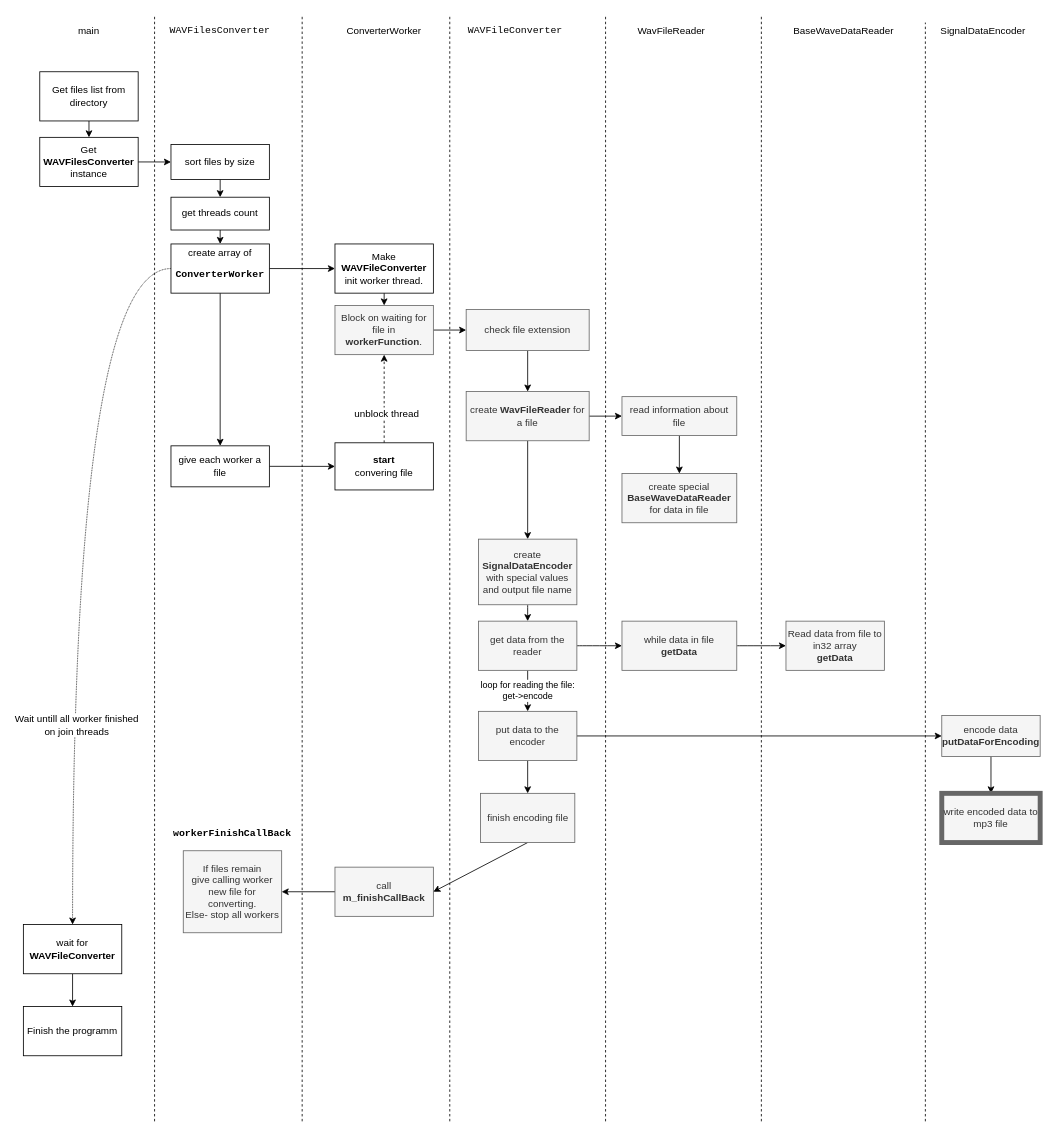
This is images/main_diagram.drawio from beaveronpole/wav2mp3, a draw.io file, before an edit. Source tidied: cells renumbered, new cells numbered last; positions are measured from the earlier drawing's top-left corner, leaving out a move shared by most shapes. Both pictures are drawn from the tidied source at 82%, with x=0, y=0 at pixel (23, 14).
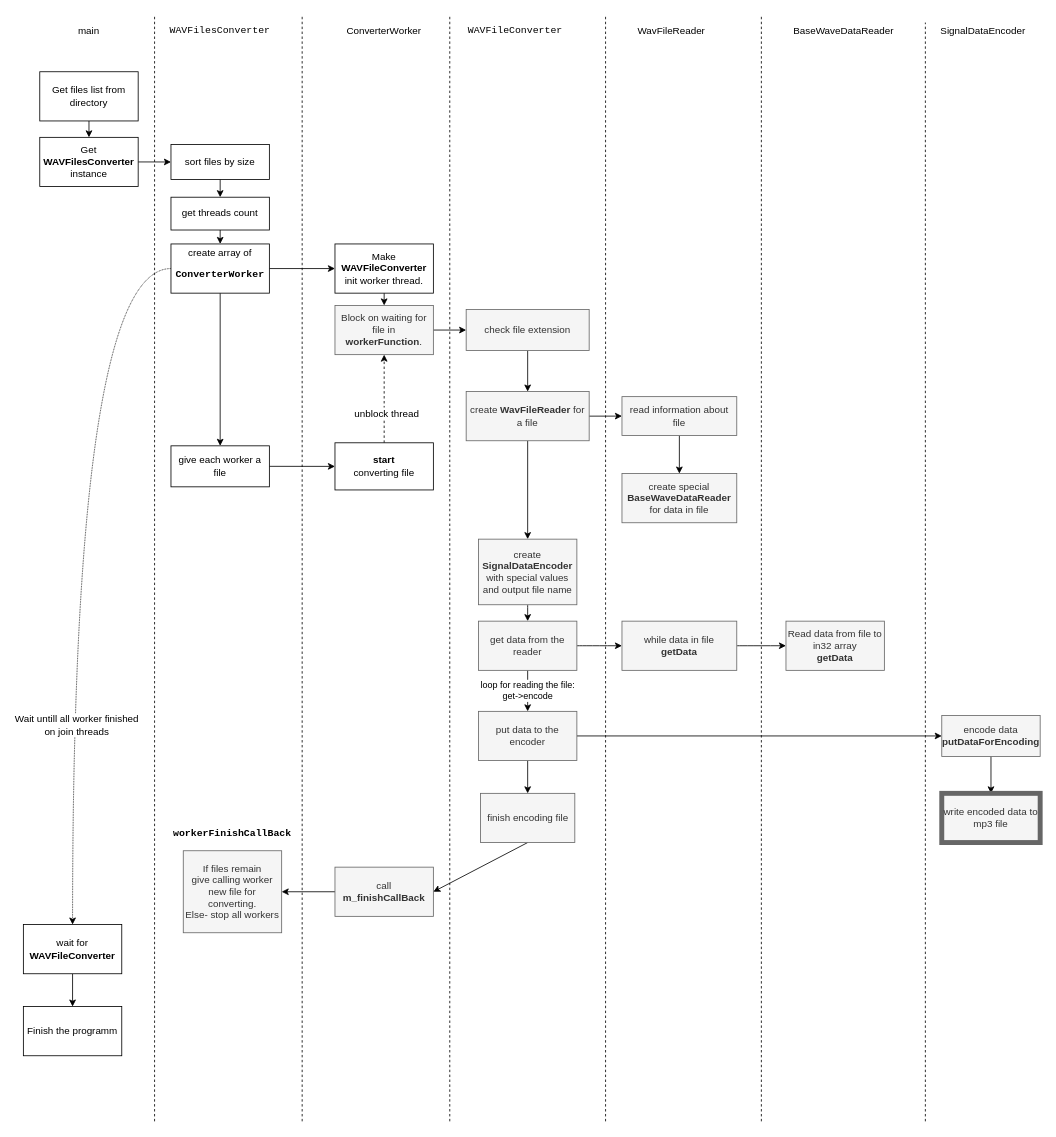
Above is the later version.

What changed in the source:
```diff
@@
-    <mxCell id="67" value="&lt;div&gt;&lt;b&gt;start&lt;/b&gt;&lt;/div&gt;&lt;div&gt;convering file&lt;br&gt;&lt;b&gt;&lt;/b&gt;&lt;/div&gt;" style="rounded=0;whiteSpace=wrap;html=1;" parent="1" vertex="1">
+    <mxCell id="67" value="&lt;div&gt;&lt;b&gt;start&lt;/b&gt;&lt;/div&gt;&lt;div&gt;converting file&lt;br&gt;&lt;b&gt;&lt;/b&gt;&lt;/div&gt;" style="rounded=0;whiteSpace=wrap;html=1;" parent="1" vertex="1">
       <mxGeometry x="380" y="522.5" width="120" height="57.5" as="geometry" />
     </mxCell>
```
